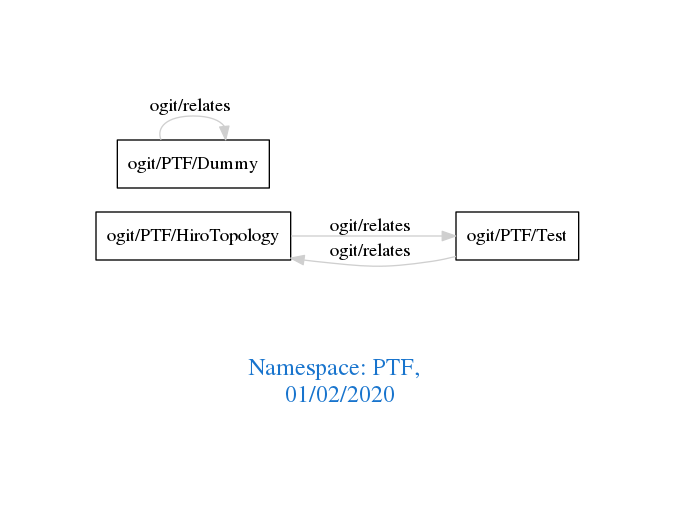
Above: downloads/PTF.png in arago/OGIT (Graphviz), before the change. Its source is kept beside it as downloads/PTF.dot.
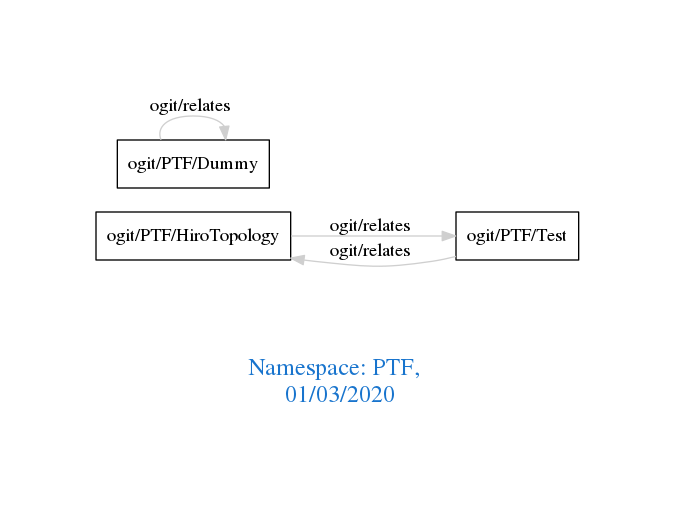
Later version of the same file.

Change to the diagram source:
```diff
@@ -1,7 +1,7 @@
 digraph OGIT_ontology {
  graph [ rankdir= LR,pad=1
 fontsize = 18,
-fontcolor= dodgerblue3,label = "\n\n\nNamespace: PTF, \n 01/02/2020"];
+fontcolor= dodgerblue3,label = "\n\n\nNamespace: PTF, \n 01/03/2020"];
 node[shape=polygon];
 edge [  color="gray81"];
 
```
